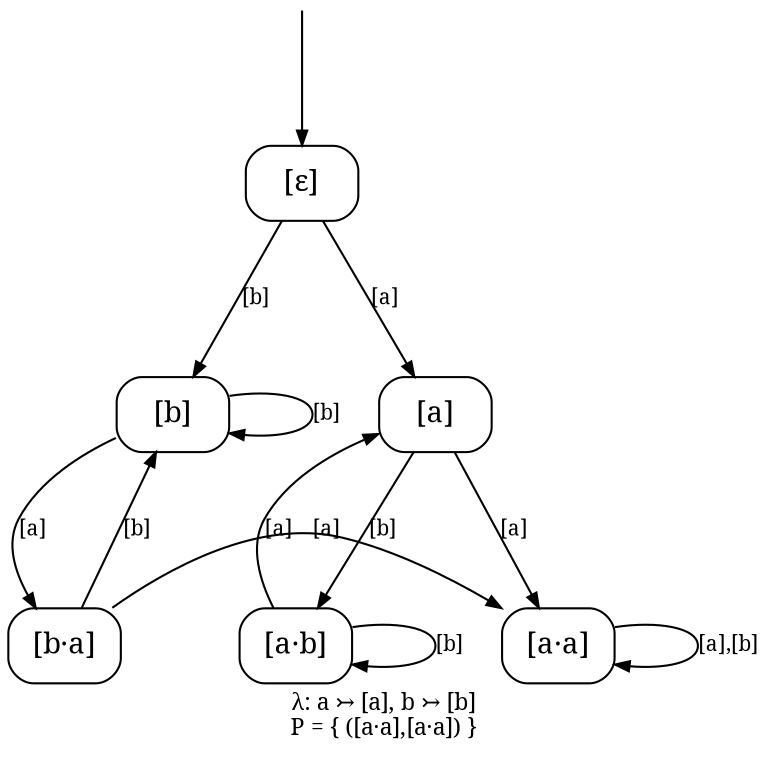
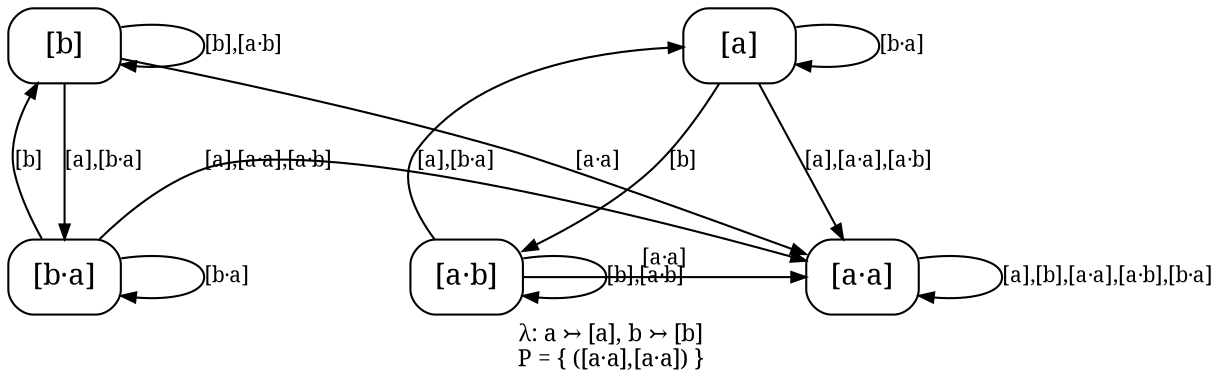
// sos2cayley gf_aa.sos --rename a=a,!a=b
digraph core_F1_gf_aa {
  rankdir=TB;
  ranksep=0.87; nodesep=0.55;
  node [shape=box, style=rounded, fontname="serif", margin="0.06,0.03"];
  edge [fontname="serif", fontsize=10, arrowsize=0.7];
  label="λ: a ↣ [a], b ↣ [b]\nP = { ([a·a],[a·a]) }";
  labelloc="b"; labeljust="c"; fontname="serif"; fontsize=11;

-   eps [label="[ε]"];
  a [label="[a]"];
  b [label="[b]"];
  aa [label="[a·a]"];
  ab [label="[a·b]"];
  ba [label="[b·a]"];
-   _init [shape=none, label="", width=0.02, height=0.02];
-   _init -> eps;

-   { rank=same; eps; }
  { rank=same; a b; }
  { rank=same; aa ab ba; }

-   eps -> a [label="[a]", weight=10];
-   eps -> b [label="[b]", weight=10];
-   a -> aa [label="[a]", weight=3];
+   a -> aa [label="[a],[a·a],[a·b]", weight=3];
  a -> ab [label="[b]", weight=3];
-   b -> ba [label="[a]", weight=3];
-   b -> b [label="[b]", weight=1];
-   aa -> aa [label="[a],[b]", weight=1];
-   ab -> a [label="[a]", weight=1];
-   ab -> ab [label="[b]", weight=1];
-   ba -> aa [label="[a]", weight=1];
+   a -> a [label="[b·a]", weight=1];
+   b -> ba [label="[a],[b·a]", weight=3];
+   b -> b [label="[b],[a·b]", weight=1];
+   b -> aa [label="[a·a]", weight=1];
+   aa -> aa [label="[a],[b],[a·a],[a·b],[b·a]", weight=1];
+   ab -> a [label="[a],[b·a]", weight=1];
+   ab -> ab [label="[b],[a·b]", weight=1];
+   ab -> aa [label="[a·a]", weight=1];
+   ba -> aa [label="[a],[a·a],[a·b]", weight=1];
  ba -> b [label="[b]", weight=1];
+   ba -> ba [label="[b·a]", weight=1];
}
